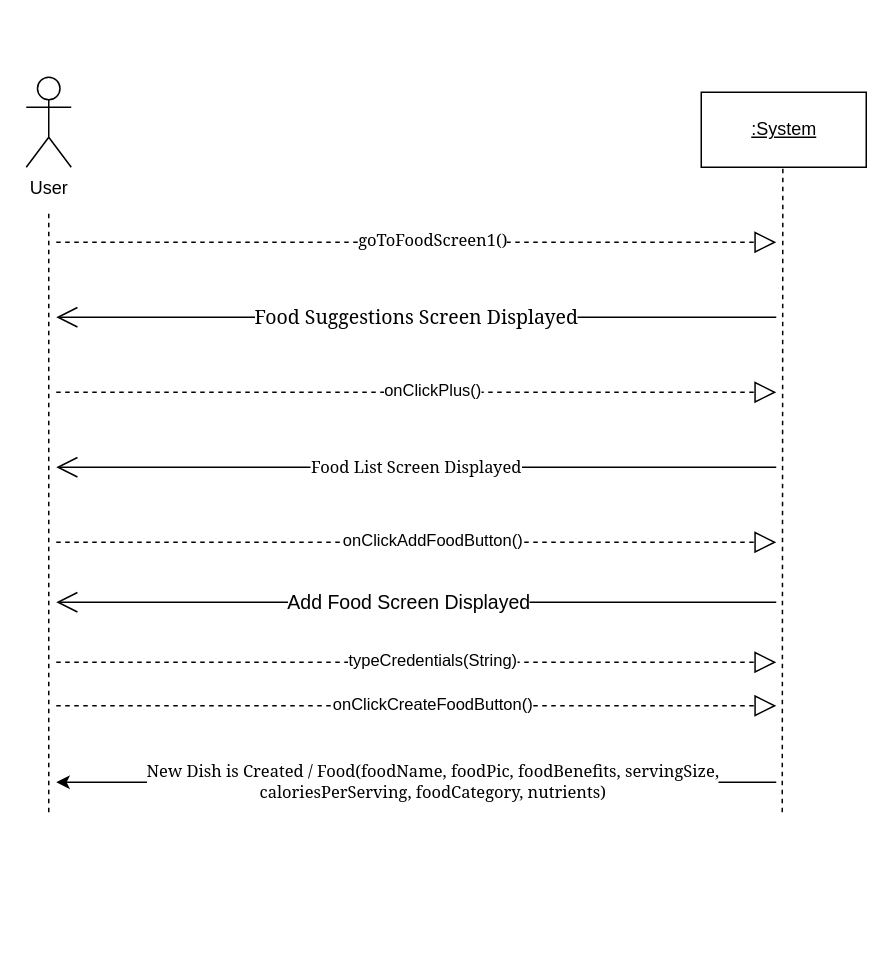
This is SSD - Create New Food Dish Option.drawio from Esaied19/Team-Albatross, a draw.io file, before an edit. Source tidied: cells renumbered, new cells numbered last; positions are measured from the earlier drawing's top-left corner, leaving out a move shared by most shapes. Both pictures are drawn from the tidied source at 150%, with x=0, y=0 at pixel (26, 76).
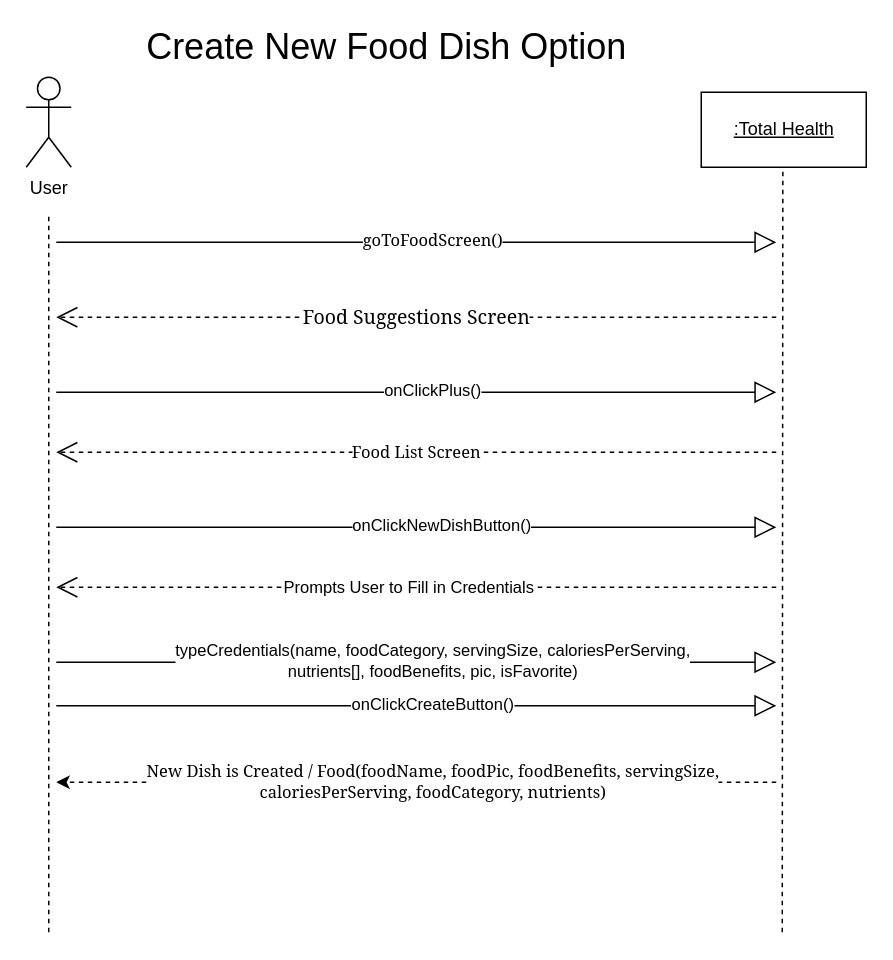
The same page after the edit.

Diff of the diagram source:
```diff
@@
-    <mxCell id="3" value="&lt;u&gt;:System&lt;/u&gt;" style="html=1;" parent="1" vertex="1">
+    <mxCell id="3" value="&lt;u&gt;:Total Health&lt;br&gt;&lt;/u&gt;" style="html=1;" parent="1" vertex="1">
       <mxGeometry x="450" y="10" width="110" height="50" as="geometry" />
     </mxCell>
     <mxCell id="4" style="endArrow=none;dashed=1;html=1;rounded=0;" parent="1" edge="1">
       <mxGeometry relative="1" as="geometry">
-        <mxPoint x="15" y="490" as="sourcePoint" />
+        <mxPoint x="15" y="570" as="sourcePoint" />
         <mxPoint x="15" y="90" as="targetPoint" />
       </mxGeometry>
     </mxCell>
     <mxCell id="5" style="endArrow=none;dashed=1;html=1;rounded=0;" parent="1" edge="1">
       <mxGeometry relative="1" as="geometry">
-        <mxPoint x="504" y="490" as="sourcePoint" />
+        <mxPoint x="504" y="570" as="sourcePoint" />
         <mxPoint x="504.4" y="60" as="targetPoint" />
       </mxGeometry>
     </mxCell>
-    <mxCell id="6" value="&lt;font face=&quot;Georgia&quot;&gt;&lt;br&gt;&lt;span style=&quot;font-size: 13px ; color: rgb(0 , 0 , 0) ; font-weight: normal ; text-decoration: none ; font-style: normal&quot;&gt;Food Suggestions Screen Displayed&lt;/span&gt;&lt;br&gt;&lt;br&gt;&lt;/font&gt;" style="endArrow=open;endFill=1;endSize=12;html=1;rounded=0;" parent="1" edge="1">
+    <mxCell id="6" value="&lt;font face=&quot;Georgia&quot;&gt;&lt;span style=&quot;font-size: 13px ; color: rgb(0 , 0 , 0) ; font-weight: normal ; text-decoration: none ; font-style: normal&quot;&gt;Food Suggestions Screen &lt;/span&gt;&lt;br&gt;&lt;/font&gt;" style="endArrow=open;endFill=1;endSize=12;html=1;rounded=0;dashed=1;" parent="1" edge="1">
       <mxGeometry relative="1" as="geometry">
         <mxPoint x="500" y="160" as="sourcePoint" />
         <mxPoint x="20" y="160" as="targetPoint" />
       </mxGeometry>
     </mxCell>
-    <mxCell id="7" style="endArrow=block;dashed=1;endFill=0;endSize=12;html=1;rounded=0;" parent="1" edge="1">
+    <mxCell id="7" style="endArrow=block;endFill=0;endSize=12;html=1;rounded=0;" parent="1" edge="1">
       <mxGeometry relative="1" as="geometry">
         <mxPoint x="20" y="110" as="sourcePoint" />
         <mxPoint x="500" y="110" as="targetPoint" />
       </mxGeometry>
     </mxCell>
-    <mxCell id="8" value="&lt;font face=&quot;Georgia&quot;&gt;goToFoodScreen1()&lt;/font&gt;" style="edgeLabel;html=1;align=center;verticalAlign=middle;" parent="7" vertex="1">
+    <mxCell id="8" value="&lt;font face=&quot;Georgia&quot;&gt;goToFoodScreen()&lt;/font&gt;" style="edgeLabel;html=1;align=center;verticalAlign=middle;" parent="7" vertex="1">
       <mxGeometry x="0.04" y="2" relative="1" as="geometry" />
     </mxCell>
-    <mxCell id="9" style="endArrow=block;dashed=1;endFill=0;endSize=12;html=1;rounded=0;" parent="1" edge="1">
+    <mxCell id="9" style="endArrow=block;endFill=0;endSize=12;html=1;rounded=0;" parent="1" edge="1">
       <mxGeometry relative="1" as="geometry">
         <mxPoint x="20" y="210" as="sourcePoint" />
         <mxPoint x="500" y="210" as="targetPoint" />
       </mxGeometry>
     </mxCell>
@@
-    <mxCell id="11" value="&lt;font face=&quot;Georgia&quot;&gt;Food List Screen Displayed&lt;/font&gt;" style="endArrow=open;endFill=1;endSize=12;html=1;rounded=0;" parent="1" edge="1">
+    <mxCell id="11" value="&lt;font face=&quot;Georgia&quot;&gt;Food List Screen&lt;br&gt;&lt;/font&gt;" style="endArrow=open;endFill=1;endSize=12;html=1;rounded=0;dashed=1;" parent="1" edge="1">
       <mxGeometry relative="1" as="geometry">
-        <mxPoint x="500" y="260" as="sourcePoint" />
-        <mxPoint x="20" y="260" as="targetPoint" />
+        <mxPoint x="500" y="250" as="sourcePoint" />
+        <mxPoint x="20" y="250" as="targetPoint" />
       </mxGeometry>
     </mxCell>
-    <mxCell id="12" value="&lt;span style=&quot;font-size: 13px ; color: #000000 ; font-weight: normal ; text-decoration: none ; font-family: &amp;#34;arial&amp;#34; ; font-style: normal&quot;&gt;Add Food Screen Displayed&lt;/span&gt;" style="endArrow=open;endFill=1;endSize=12;html=1;rounded=0;" parent="1" edge="1">
+    <mxCell id="12" value="Prompts User to Fill in Credentials" style="endArrow=open;endFill=1;endSize=12;html=1;rounded=0;dashed=1;" parent="1" edge="1">
       <mxGeometry x="0.02" relative="1" as="geometry">
-        <mxPoint x="500" y="350" as="sourcePoint" />
-        <mxPoint x="20" y="350" as="targetPoint" />
+        <mxPoint x="500" y="340" as="sourcePoint" />
+        <mxPoint x="20" y="340" as="targetPoint" />
       </mxGeometry>
     </mxCell>
-    <mxCell id="13" style="endArrow=block;dashed=1;endFill=0;endSize=12;html=1;rounded=0;" parent="1" edge="1">
+    <mxCell id="13" style="endArrow=block;endFill=0;endSize=12;html=1;rounded=0;" parent="1" edge="1">
       <mxGeometry relative="1" as="geometry">
-        <mxPoint x="20" y="310" as="sourcePoint" />
-        <mxPoint x="500" y="310" as="targetPoint" />
+        <mxPoint x="20" y="300" as="sourcePoint" />
+        <mxPoint x="500" y="300" as="targetPoint" />
       </mxGeometry>
     </mxCell>
-    <mxCell id="14" value="onClickAddFoodButton()" style="edgeLabel;html=1;align=center;verticalAlign=middle;" parent="13" vertex="1">
-      <mxGeometry x="0.04" y="2" relative="1" as="geometry" />
+    <mxCell id="14" value="onClickNewDishButton()" style="edgeLabel;html=1;align=center;verticalAlign=middle;" parent="13" vertex="1">
+      <mxGeometry x="0.04" y="2" relative="1" as="geometry">
+        <mxPoint x="6" as="offset" />
+      </mxGeometry>
     </mxCell>
-    <mxCell id="15" style="endArrow=block;dashed=1;endFill=0;endSize=12;html=1;rounded=0;" parent="1" edge="1">
+    <mxCell id="15" style="endArrow=block;endFill=0;endSize=12;html=1;rounded=0;" parent="1" edge="1">
       <mxGeometry relative="1" as="geometry">
         <mxPoint x="20" y="419" as="sourcePoint" />
         <mxPoint x="500" y="419" as="targetPoint" />
       </mxGeometry>
     </mxCell>
-    <mxCell id="16" value="onClickCreateFoodButton()" style="edgeLabel;html=1;align=center;verticalAlign=middle;" parent="15" vertex="1">
+    <mxCell id="16" value="onClickCreateButton()" style="edgeLabel;html=1;align=center;verticalAlign=middle;" parent="15" vertex="1">
       <mxGeometry x="0.04" y="2" relative="1" as="geometry" />
     </mxCell>
-    <mxCell id="17" style="endArrow=classic;html=1;rounded=0;fontFamily=Georgia;" parent="1" edge="1">
+    <mxCell id="17" style="endArrow=classic;html=1;rounded=0;fontFamily=Georgia;dashed=1;" parent="1" edge="1">
       <mxGeometry relative="1" as="geometry">
         <mxPoint x="500" y="470" as="sourcePoint" />
         <mxPoint x="20" y="470" as="targetPoint" />
       </mxGeometry>
     </mxCell>
@@
-    <mxCell id="19" style="endArrow=block;dashed=1;endFill=0;endSize=12;html=1;rounded=0;" parent="1" edge="1">
+    <mxCell id="19" style="endArrow=block;endFill=0;endSize=12;html=1;rounded=0;" parent="1" edge="1">
       <mxGeometry relative="1" as="geometry">
         <mxPoint x="20" y="390" as="sourcePoint" />
         <mxPoint x="500" y="390" as="targetPoint" />
       </mxGeometry>
     </mxCell>
-    <mxCell id="20" value="typeCredentials(String)" style="edgeLabel;html=1;align=center;verticalAlign=middle;" parent="19" vertex="1">
+    <mxCell id="20" value="&lt;div&gt;typeCredentials(name, foodCategory, servingSize, caloriesPerServing, &lt;br&gt;&lt;/div&gt;&lt;div&gt;nutrients[], foodBenefits, pic, isFavorite)&lt;/div&gt;" style="edgeLabel;html=1;align=center;verticalAlign=middle;" parent="19" vertex="1">
       <mxGeometry x="0.04" y="2" relative="1" as="geometry" />
     </mxCell>
+    <mxCell id="21" value="&lt;font style=&quot;font-size: 24px&quot;&gt;Create New Food Dish Option&lt;br&gt;&lt;/font&gt;" style="text;html=1;align=center;verticalAlign=middle;strokeColor=none;fillColor=none;" parent="1" vertex="1">
+      <mxGeometry x="70" y="-30" width="340" height="20" as="geometry" />
+    </mxCell>
```
